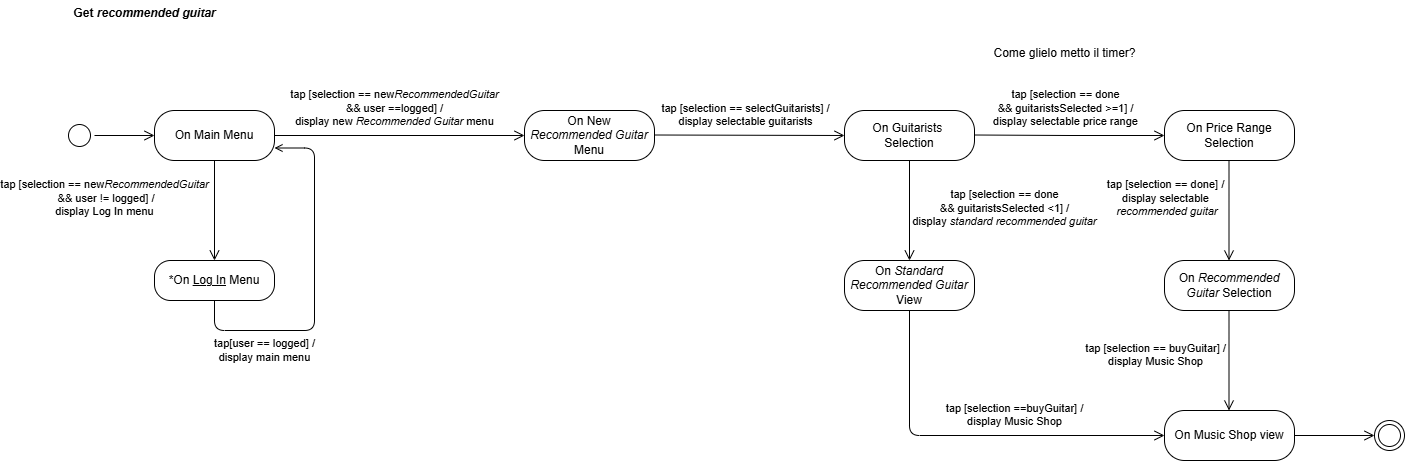
Above: diagrams/StateDiagramM.drawio.png in TizianoLilli/ISPW-Project (draw.io), before the change. Source tidied: cells renumbered, new cells last; positions are measured from the earlier drawing's top-left corner, leaving out a move shared by most shapes.
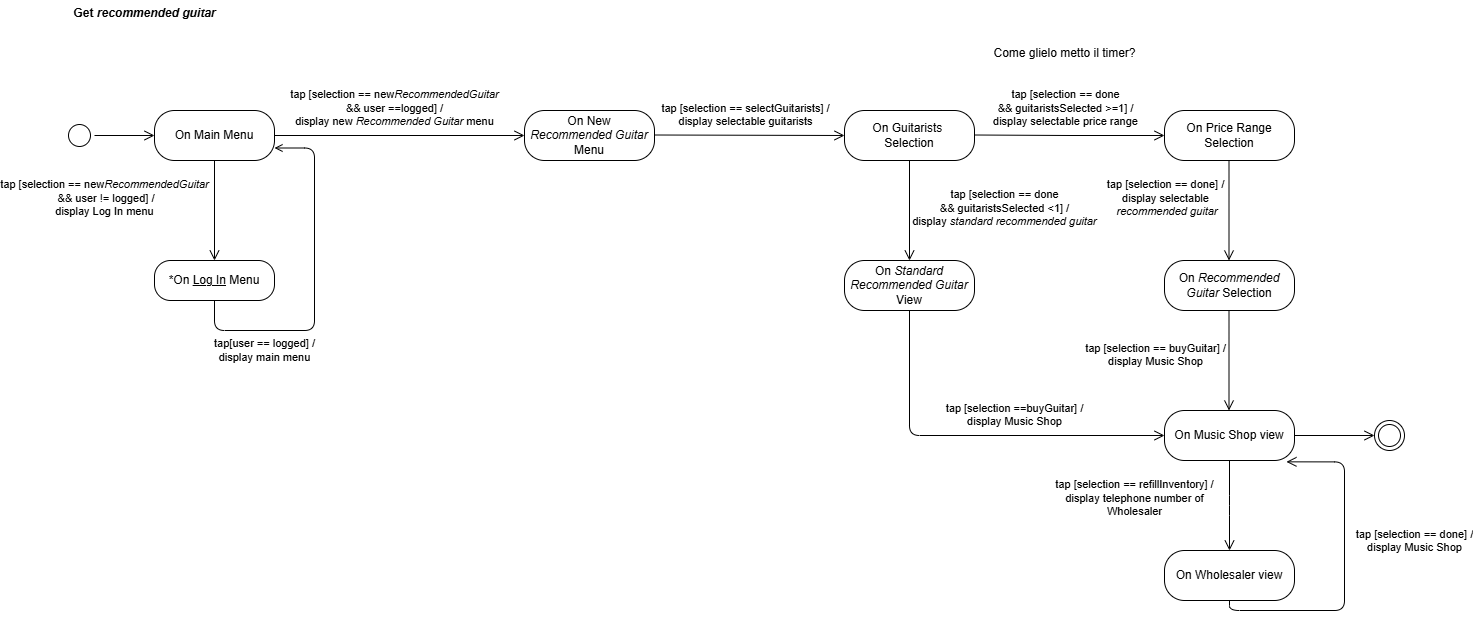
The same file after the commit.

What changed in the source:
```diff
@@ -95,5 +95,22 @@
     <mxCell id="25" value="tap [selection ==buyGuitar] /&lt;div&gt;display Music Shop&lt;/div&gt;" style="edgeStyle=orthogonalEdgeStyle;html=1;verticalAlign=bottom;endArrow=open;endSize=8;rounded=1;labelBackgroundColor=none;fontColor=default;entryX=0;entryY=0.5;entryDx=0;entryDy=0;curved=0;exitX=0.5;exitY=1;exitDx=0;exitDy=0;" parent="1" edge="1" source="15" target="19">
       <mxGeometry x="0.21" y="5" relative="1" as="geometry" />
     </mxCell>
+    <mxCell id="26" value="tap [selection == refillInventory] /&lt;div&gt;display telephone number of&lt;/div&gt;&lt;div&gt;&amp;nbsp;Wholesaler&amp;nbsp;&lt;/div&gt;" style="edgeStyle=orthogonalEdgeStyle;html=1;verticalAlign=bottom;endArrow=open;endSize=8;rounded=1;labelBackgroundColor=none;fontColor=default;curved=0;exitX=0.5;exitY=1;exitDx=0;exitDy=0;" parent="1" edge="1" source="19">
+      <mxGeometry x="0.36" y="-95" relative="1" as="geometry">
+        <mxPoint x="1165" y="550" as="targetPoint" />
+      </mxGeometry>
+    </mxCell>
+    <mxCell id="27" value="On Wholesaler view" style="rounded=1;whiteSpace=wrap;html=1;arcSize=40;labelBackgroundColor=none;" parent="1" vertex="1">
+      <mxGeometry x="1100" y="550" width="130" height="50" as="geometry" />
+    </mxCell>
+    <mxCell id="28" value="tap [selection == done] /&lt;div&gt;display Music Shop&lt;/div&gt;" style="edgeStyle=orthogonalEdgeStyle;html=1;verticalAlign=bottom;endArrow=open;endSize=8;rounded=1;labelBackgroundColor=none;fontColor=default;curved=0;exitX=0.5;exitY=1;exitDx=0;exitDy=0;entryX=0.938;entryY=1.027;entryDx=0;entryDy=0;entryPerimeter=0;" parent="1" edge="1" source="27" target="19">
+      <mxGeometry x="0.08" y="-70" relative="1" as="geometry">
+        <Array as="points">
+          <mxPoint x="1165" y="610" />
+          <mxPoint x="1280" y="610" />
+          <mxPoint x="1280" y="461" />
+        </Array>
+      </mxGeometry>
+    </mxCell>
   </root>
 </mxGraphModel>
```
